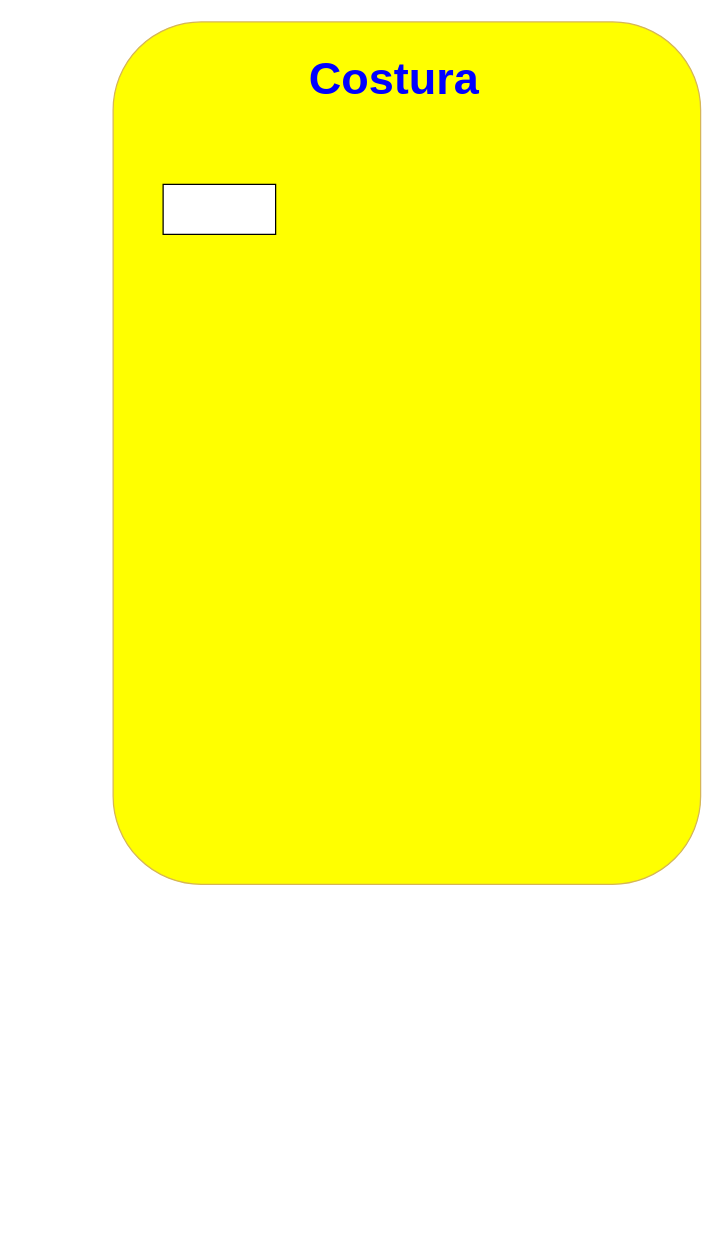
This is Doc/controle de estoque.drawio from arthurmatheusfr/projeto-novo, a draw.io file, before an edit. Source tidied: cells renumbered, new cells numbered last; positions are measured from the earlier drawing's top-left corner, leaving out a move shared by most shapes. Both pictures are drawn from the tidied source at 125%, with x=0, y=0 at pixel (112, 21).
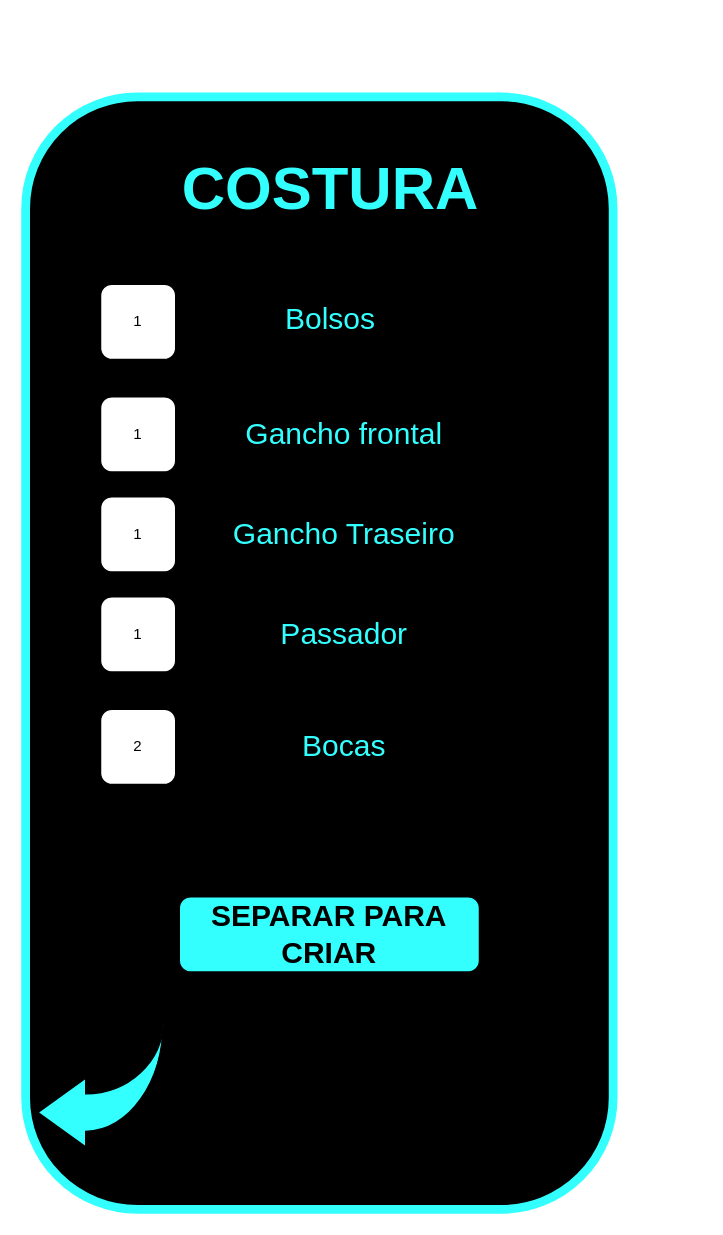
The same page after the edit.

What changed in the source:
```diff
@@
 <mxGraphModel>
   <root>
     <mxCell id="0" />
     <mxCell id="1" parent="0" />
-    <mxCell id="2" style="rounded=1;whiteSpace=wrap;html=1;fillColor=#FFFF00;strokeColor=#d6b656;" parent="1" vertex="1">
-      <mxGeometry width="470" height="690" as="geometry" />
-    </mxCell>
-    <mxCell id="3" value="&lt;b&gt;&lt;font style=&quot;font-size: 36px;&quot;&gt;Costura&lt;/font&gt;&lt;/b&gt;" style="text;html=1;align=center;verticalAlign=middle;whiteSpace=wrap;rounded=0;fontColor=#0000FF;" parent="1" vertex="1">
-      <mxGeometry x="140" y="10" width="170" height="70" as="geometry" />
-    </mxCell>
-    <mxCell id="4" style="rounded=0;whiteSpace=wrap;html=1;" parent="1" vertex="1">
-      <mxGeometry x="40" y="130" width="90" height="40" as="geometry" />
-    </mxCell>
+    <mxCell id="5" style="rounded=1;whiteSpace=wrap;html=1;fillColor=#000000;strokeColor=#33FFFF;strokeWidth=7;arcSize=19;" parent="1" vertex="1">
+      <mxGeometry x="-70" y="60" width="470" height="890" as="geometry" />
+    </mxCell>
+    <mxCell id="6" value="1" style="rounded=1;whiteSpace=wrap;html=1;" parent="1" vertex="1">
+      <mxGeometry x="-10" y="210" width="60" height="60" as="geometry" />
+    </mxCell>
+    <mxCell id="7" value="1" style="rounded=1;whiteSpace=wrap;html=1;" parent="1" vertex="1">
+      <mxGeometry x="-10" y="300" width="60" height="60" as="geometry" />
+    </mxCell>
+    <mxCell id="8" value="1" style="rounded=1;whiteSpace=wrap;html=1;" parent="1" vertex="1">
+      <mxGeometry x="-10" y="380" width="60" height="60" as="geometry" />
+    </mxCell>
+    <mxCell id="9" value="1" style="rounded=1;whiteSpace=wrap;html=1;" parent="1" vertex="1">
+      <mxGeometry x="-10" y="460" width="60" height="60" as="geometry" />
+    </mxCell>
+    <mxCell id="10" value="2" style="rounded=1;whiteSpace=wrap;html=1;" parent="1" vertex="1">
+      <mxGeometry x="-10" y="550" width="60" height="60" as="geometry" />
+    </mxCell>
+    <mxCell id="11" value="&lt;font style=&quot;font-size: 24px;&quot; color=&quot;#33ffff&quot;&gt;Bolsos&lt;/font&gt;" style="text;html=1;align=center;verticalAlign=middle;whiteSpace=wrap;rounded=0;" parent="1" vertex="1">
+      <mxGeometry x="59" y="205" width="230" height="65" as="geometry" />
+    </mxCell>
+    <mxCell id="12" value="&lt;font style=&quot;font-size: 24px;&quot; color=&quot;#33ffff&quot;&gt;Gancho frontal&lt;/font&gt;" style="text;html=1;align=center;verticalAlign=middle;whiteSpace=wrap;rounded=0;" parent="1" vertex="1">
+      <mxGeometry x="77" y="315" width="216" height="30" as="geometry" />
+    </mxCell>
+    <mxCell id="13" value="&lt;font style=&quot;font-size: 24px;&quot; color=&quot;#33ffff&quot;&gt;Gancho Traseiro&lt;/font&gt;" style="text;html=1;align=center;verticalAlign=middle;whiteSpace=wrap;rounded=0;" parent="1" vertex="1">
+      <mxGeometry x="77" y="395" width="216" height="30" as="geometry" />
+    </mxCell>
+    <mxCell id="14" value="&lt;font style=&quot;font-size: 24px;&quot; color=&quot;#33ffff&quot;&gt;Passador&lt;/font&gt;" style="text;html=1;align=center;verticalAlign=middle;whiteSpace=wrap;rounded=0;" parent="1" vertex="1">
+      <mxGeometry x="77" y="475" width="216" height="30" as="geometry" />
+    </mxCell>
+    <mxCell id="15" value="&lt;font color=&quot;#33ffff&quot;&gt;&lt;span style=&quot;font-size: 24px;&quot;&gt;Bocas&lt;/span&gt;&lt;/font&gt;" style="text;html=1;align=center;verticalAlign=middle;whiteSpace=wrap;rounded=0;" parent="1" vertex="1">
+      <mxGeometry x="77" y="565" width="216" height="30" as="geometry" />
+    </mxCell>
+    <mxCell id="16" value="&lt;font style=&quot;font-size: 48px;&quot; color=&quot;#33ffff&quot;&gt;&lt;b&gt;COSTURA&lt;/b&gt;&lt;/font&gt;" style="text;html=1;align=center;verticalAlign=middle;whiteSpace=wrap;rounded=0;" parent="1" vertex="1">
+      <mxGeometry x="59" y="100" width="230" height="65" as="geometry" />
+    </mxCell>
+    <mxCell id="17" value="&lt;font style=&quot;font-size: 24px;&quot;&gt;&lt;b&gt;SEPARAR PARA CRIAR&lt;/b&gt;&lt;/font&gt;" style="rounded=1;whiteSpace=wrap;html=1;fillColor=#33FFFF;" parent="1" vertex="1">
+      <mxGeometry x="53" y="700" width="240" height="60" as="geometry" />
+    </mxCell>
+    <mxCell id="18" style="edgeStyle=orthogonalEdgeStyle;rounded=0;orthogonalLoop=1;jettySize=auto;html=1;exitX=0;exitY=0;exitDx=21;exitDy=55.25;exitPerimeter=0;entryX=0;entryY=0;entryDx=0;entryDy=55.25;entryPerimeter=0;" parent="1" edge="1">
+      <mxGeometry relative="1" as="geometry">
+        <mxPoint x="-19" y="855.2" as="sourcePoint" />
+        <mxPoint x="-40" y="855.2" as="targetPoint" />
+      </mxGeometry>
+    </mxCell>
+    <mxCell id="19" style="html=1;shadow=0;dashed=0;align=center;verticalAlign=middle;shape=mxgraph.arrows2.jumpInArrow;dy=15;dx=38;arrowHead=55;rotation=-180;fillColor=#33FFFF;" parent="1" vertex="1">
+      <mxGeometry x="-60" y="800" width="100" height="100" as="geometry" />
+    </mxCell>
   </root>
 </mxGraphModel>
```
